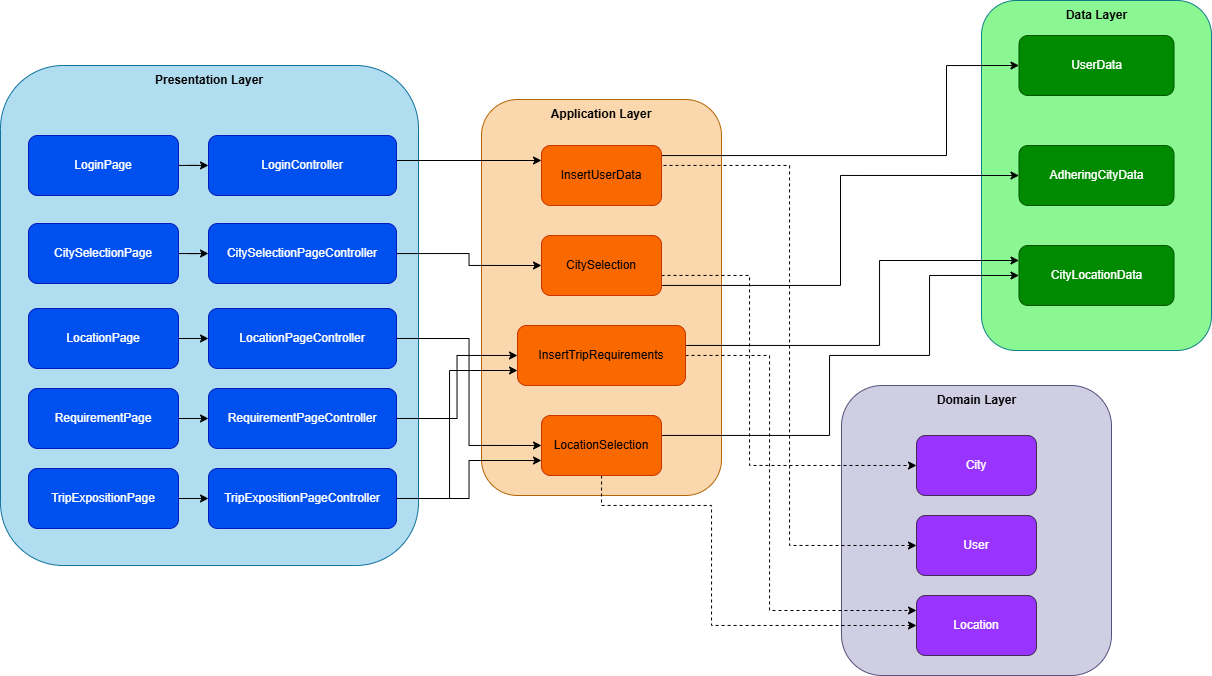
Earlier version of the draw.io export doc/iterazione_1/Riverpod_architechture.png (Gabriele-Mazzoleni/SmarTrip). Source tidied: cells renumbered, new cells last; positions are measured from the earlier drawing's top-left corner, leaving out a move shared by most shapes.
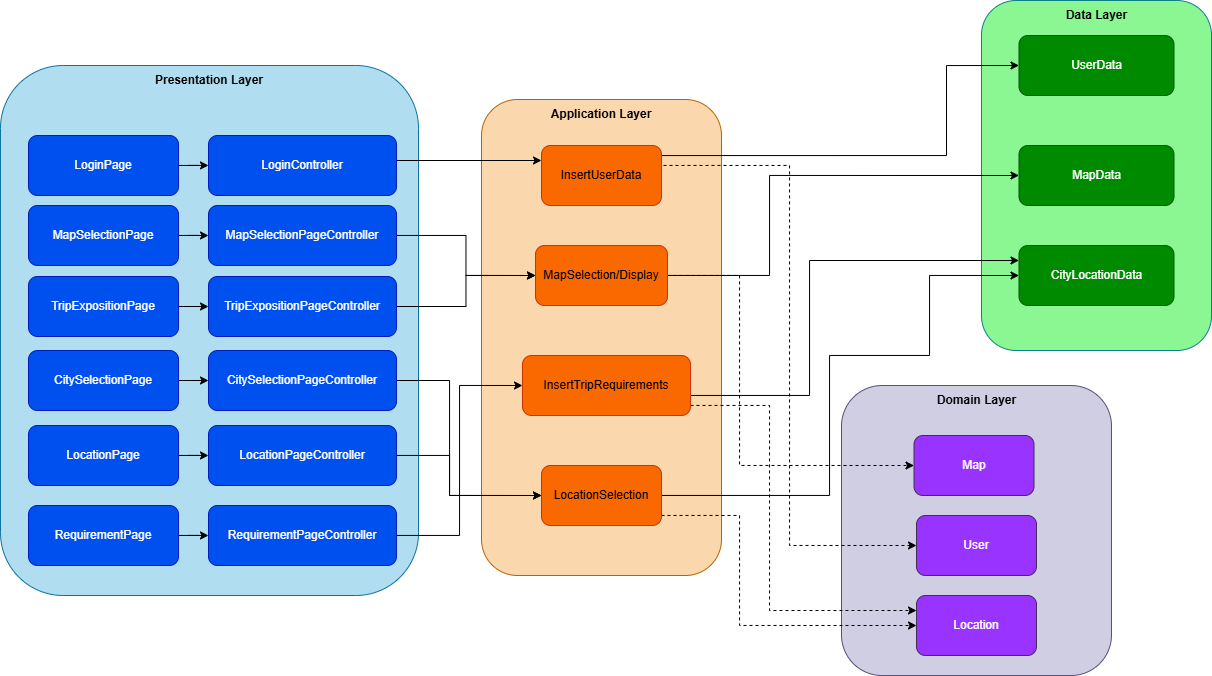
The same diagram one commit later.

Diff of the diagram source:
```diff
@@ -3,13 +3,13 @@
     <mxCell id="0" />
     <mxCell id="1" parent="0" />
     <mxCell id="2" style="rounded=1;whiteSpace=wrap;html=1;fillColor=#b1ddf0;strokeColor=#10739e;fillStyle=auto;" parent="1" vertex="1">
-      <mxGeometry y="65" width="418" height="500" as="geometry" />
+      <mxGeometry y="65" width="418" height="530" as="geometry" />
     </mxCell>
     <mxCell id="3" value="&lt;b&gt;Presentation Layer&lt;/b&gt;" style="text;html=1;align=center;verticalAlign=middle;whiteSpace=wrap;rounded=0;" parent="1" vertex="1">
       <mxGeometry x="149" y="65" width="120" height="30" as="geometry" />
     </mxCell>
     <mxCell id="4" style="rounded=1;whiteSpace=wrap;html=1;fillColor=#fad7ac;strokeColor=#b46504;" parent="1" vertex="1">
-      <mxGeometry x="481" y="99" width="240" height="396" as="geometry" />
+      <mxGeometry x="481" y="99" width="240" height="476" as="geometry" />
     </mxCell>
     <mxCell id="5" style="rounded=1;whiteSpace=wrap;html=1;fillColor=#d0cee2;strokeColor=#56517e;" parent="1" vertex="1">
       <mxGeometry x="841" y="385" width="270" height="290" as="geometry" />
@@ -29,21 +29,21 @@
     <mxCell id="10" style="edgeStyle=orthogonalEdgeStyle;rounded=0;jettySize=auto;html=1;entryX=0;entryY=0.25;entryDx=0;entryDy=0;" parent="1" edge="1" source="12" target="47">
       <mxGeometry relative="1" as="geometry">
         <Array as="points">
-          <mxPoint x="879" y="345" />
-          <mxPoint x="879" y="260" />
+          <mxPoint x="809" y="395" />
+          <mxPoint x="809" y="260" />
         </Array>
       </mxGeometry>
     </mxCell>
     <mxCell id="11" style="edgeStyle=orthogonalEdgeStyle;rounded=0;jettySize=auto;html=1;entryX=0;entryY=0.25;entryDx=0;entryDy=0;dashed=1;" parent="1" edge="1" source="12" target="24">
       <mxGeometry relative="1" as="geometry">
         <Array as="points">
-          <mxPoint x="769" y="355" />
+          <mxPoint x="769" y="405" />
           <mxPoint x="769" y="610" />
         </Array>
       </mxGeometry>
     </mxCell>
     <mxCell id="12" value="InsertTripRequirements" style="rounded=1;whiteSpace=wrap;html=1;fillColor=#fa6800;fontColor=#000000;strokeColor=#C73500;" parent="1" vertex="1">
-      <mxGeometry x="517" y="325" width="168" height="60" as="geometry" />
+      <mxGeometry x="522" y="355" width="168" height="60" as="geometry" />
     </mxCell>
     <mxCell id="13" style="edgeStyle=orthogonalEdgeStyle;rounded=0;jettySize=auto;html=1;entryX=0;entryY=0.5;entryDx=0;entryDy=0;dashed=1;exitX=1;exitY=0.5;exitDx=0;exitDy=0;" parent="1" edge="1" source="15" target="23">
       <mxGeometry relative="1" as="geometry">
@@ -66,37 +66,37 @@
     <mxCell id="15" value="InsertUserData" style="rounded=1;whiteSpace=wrap;html=1;fillColor=#fa6800;fontColor=#000000;strokeColor=#C73500;" parent="1" vertex="1">
       <mxGeometry x="541" y="145" width="120" height="60" as="geometry" />
     </mxCell>
-    <mxCell id="16" style="edgeStyle=orthogonalEdgeStyle;rounded=0;jettySize=auto;html=1;entryX=0;entryY=0.5;entryDx=0;entryDy=0;dashed=1;" parent="1" edge="1" source="18" target="22">
-      <mxGeometry relative="1" as="geometry">
-        <Array as="points">
-          <mxPoint x="749" y="275" />
-          <mxPoint x="749" y="465" />
-        </Array>
-      </mxGeometry>
-    </mxCell>
     <mxCell id="17" style="edgeStyle=orthogonalEdgeStyle;rounded=0;jettySize=auto;html=1;entryX=0;entryY=0.5;entryDx=0;entryDy=0;" parent="1" edge="1" source="18" target="46">
       <mxGeometry relative="1" as="geometry">
         <Array as="points">
-          <mxPoint x="840" y="285" />
-          <mxPoint x="840" y="175" />
+          <mxPoint x="769" y="275" />
+          <mxPoint x="769" y="175" />
         </Array>
       </mxGeometry>
     </mxCell>
+    <mxCell id="49" style="edgeStyle=orthogonalEdgeStyle;rounded=0;jettySize=auto;html=1;entryX=0;entryY=0.5;entryDx=0;entryDy=0;dashed=1;" parent="1" edge="1" source="18" target="52">
+      <mxGeometry relative="1" as="geometry">
+        <Array as="points">
+          <mxPoint x="739" y="275" />
+          <mxPoint x="739" y="465" />
+        </Array>
+      </mxGeometry>
+    </mxCell>
-    <mxCell id="18" value="CitySelection" style="rounded=1;whiteSpace=wrap;html=1;fillColor=#fa6800;fontColor=#000000;strokeColor=#C73500;" parent="1" vertex="1">
-      <mxGeometry x="541" y="235" width="120" height="60" as="geometry" />
+    <mxCell id="18" value="MapSelection/Display" style="rounded=1;whiteSpace=wrap;html=1;fillColor=#fa6800;fontColor=#000000;strokeColor=#C73500;" parent="1" vertex="1">
+      <mxGeometry x="535" y="245" width="132" height="60" as="geometry" />
     </mxCell>
     <mxCell id="19" style="edgeStyle=orthogonalEdgeStyle;rounded=0;jettySize=auto;html=1;entryX=0;entryY=0.5;entryDx=0;entryDy=0;dashed=1;" parent="1" edge="1" source="21" target="24">
       <mxGeometry relative="1" as="geometry">
         <Array as="points">
-          <mxPoint x="711" y="505" />
-          <mxPoint x="711" y="625" />
+          <mxPoint x="739" y="515" />
+          <mxPoint x="739" y="625" />
         </Array>
       </mxGeometry>
     </mxCell>
     <mxCell id="20" style="edgeStyle=orthogonalEdgeStyle;rounded=0;jettySize=auto;html=1;entryX=0;entryY=0.5;entryDx=0;entryDy=0;" parent="1" edge="1" source="21" target="47">
       <mxGeometry relative="1" as="geometry">
         <Array as="points">
-          <mxPoint x="829" y="435" />
+          <mxPoint x="829" y="495" />
           <mxPoint x="829" y="355" />
           <mxPoint x="929" y="355" />
           <mxPoint x="929" y="275" />
@@ -104,11 +104,8 @@
       </mxGeometry>
     </mxCell>
     <mxCell id="21" value="LocationSelection" style="rounded=1;whiteSpace=wrap;html=1;fillColor=#fa6800;fontColor=#000000;strokeColor=#C73500;" parent="1" vertex="1">
-      <mxGeometry x="541" y="415" width="120" height="60" as="geometry" />
+      <mxGeometry x="541" y="465" width="120" height="60" as="geometry" />
     </mxCell>
-    <mxCell id="22" value="City" style="rounded=1;whiteSpace=wrap;html=1;fillColor=#9933FF;fontColor=#ffffff;strokeColor=#432D57;" parent="1" vertex="1">
-      <mxGeometry x="916" y="435" width="120" height="60" as="geometry" />
-    </mxCell>
     <mxCell id="23" value="User" style="rounded=1;whiteSpace=wrap;html=1;fillColor=#9933FF;fontColor=#ffffff;strokeColor=#432D57;" parent="1" vertex="1">
       <mxGeometry x="916" y="515" width="120" height="60" as="geometry" />
     </mxCell>
@@ -125,25 +122,25 @@
       <mxGeometry relative="1" as="geometry" />
     </mxCell>
     <mxCell id="28" value="CitySelectionPage" style="rounded=1;whiteSpace=wrap;html=1;fillColor=#0050ef;fontColor=#ffffff;strokeColor=#001DBC;" parent="1" vertex="1">
-      <mxGeometry x="28" y="223" width="150" height="60" as="geometry" />
+      <mxGeometry x="28" y="350" width="150" height="60" as="geometry" />
     </mxCell>
     <mxCell id="29" style="edgeStyle=orthogonalEdgeStyle;rounded=0;jettySize=auto;html=1;entryX=0;entryY=0.5;entryDx=0;entryDy=0;" parent="1" edge="1" source="30" target="42">
       <mxGeometry relative="1" as="geometry" />
     </mxCell>
     <mxCell id="30" value="RequirementPage" style="rounded=1;whiteSpace=wrap;html=1;fillColor=#0050ef;fontColor=#ffffff;strokeColor=#001DBC;" parent="1" vertex="1">
-      <mxGeometry x="28" y="388" width="150" height="60" as="geometry" />
+      <mxGeometry x="28" y="505" width="150" height="60" as="geometry" />
     </mxCell>
     <mxCell id="31" style="edgeStyle=orthogonalEdgeStyle;rounded=0;jettySize=auto;html=1;entryX=0;entryY=0.5;entryDx=0;entryDy=0;" parent="1" edge="1" source="32" target="40">
       <mxGeometry relative="1" as="geometry" />
     </mxCell>
     <mxCell id="32" value="LocationPage" style="rounded=1;whiteSpace=wrap;html=1;fillColor=#0050ef;fontColor=#ffffff;strokeColor=#001DBC;" parent="1" vertex="1">
-      <mxGeometry x="28" y="308" width="150" height="60" as="geometry" />
+      <mxGeometry x="28" y="425" width="150" height="60" as="geometry" />
     </mxCell>
     <mxCell id="33" style="edgeStyle=orthogonalEdgeStyle;rounded=0;jettySize=auto;html=1;" parent="1" edge="1" source="34" target="45">
       <mxGeometry relative="1" as="geometry" />
     </mxCell>
     <mxCell id="34" value="TripExpositionPage" style="rounded=1;whiteSpace=wrap;html=1;fillColor=#0050ef;fontColor=#ffffff;strokeColor=#001DBC;" parent="1" vertex="1">
-      <mxGeometry x="28" y="468" width="150" height="60" as="geometry" />
+      <mxGeometry x="28" y="276" width="150" height="60" as="geometry" />
     </mxCell>
     <mxCell id="35" style="edgeStyle=orthogonalEdgeStyle;rounded=0;jettySize=auto;html=1;exitX=1;exitY=0.25;exitDx=0;exitDy=0;entryX=0;entryY=0.25;entryDx=0;entryDy=0;" parent="1" edge="1" source="36" target="15">
       <mxGeometry relative="1" as="geometry">
@@ -155,39 +152,41 @@
     <mxCell id="36" value="LoginController" style="rounded=1;whiteSpace=wrap;html=1;fillColor=#0050ef;fontColor=#ffffff;strokeColor=#001DBC;" parent="1" vertex="1">
       <mxGeometry x="208" y="135" width="188" height="60" as="geometry" />
     </mxCell>
-    <mxCell id="37" style="edgeStyle=orthogonalEdgeStyle;rounded=0;jettySize=auto;html=1;entryX=0;entryY=0.5;entryDx=0;entryDy=0;" parent="1" edge="1" source="38" target="18">
-      <mxGeometry relative="1" as="geometry" />
-    </mxCell>
+    <mxCell id="50" style="edgeStyle=orthogonalEdgeStyle;rounded=0;jettySize=auto;html=1;entryX=0;entryY=0.5;entryDx=0;entryDy=0;" parent="1" edge="1" source="38" target="21">
+      <mxGeometry relative="1" as="geometry">
+        <Array as="points">
+          <mxPoint x="449" y="380" />
+          <mxPoint x="449" y="495" />
+        </Array>
+      </mxGeometry>
+    </mxCell>
     <mxCell id="38" value="CitySelectionPageController" style="rounded=1;whiteSpace=wrap;html=1;fillColor=#0050ef;fontColor=#ffffff;strokeColor=#001DBC;" parent="1" vertex="1">
-      <mxGeometry x="208" y="223" width="188" height="60" as="geometry" />
+      <mxGeometry x="208" y="350" width="188" height="60" as="geometry" />
     </mxCell>
     <mxCell id="39" style="edgeStyle=orthogonalEdgeStyle;rounded=0;jettySize=auto;html=1;entryX=0;entryY=0.5;entryDx=0;entryDy=0;" parent="1" edge="1" source="40" target="21">
-      <mxGeometry relative="1" as="geometry" />
+      <mxGeometry relative="1" as="geometry">
+        <Array as="points">
+          <mxPoint x="449" y="455" />
+          <mxPoint x="449" y="495" />
+        </Array>
+      </mxGeometry>
     </mxCell>
     <mxCell id="40" value="LocationPageController" style="rounded=1;whiteSpace=wrap;html=1;fillColor=#0050ef;fontColor=#ffffff;strokeColor=#001DBC;" parent="1" vertex="1">
-      <mxGeometry x="208" y="308" width="188" height="60" as="geometry" />
+      <mxGeometry x="208" y="425" width="188" height="60" as="geometry" />
     </mxCell>
     <mxCell id="41" style="edgeStyle=orthogonalEdgeStyle;rounded=0;jettySize=auto;html=1;entryX=0;entryY=0.5;entryDx=0;entryDy=0;" parent="1" edge="1" source="42" target="12">
       <mxGeometry relative="1" as="geometry" />
     </mxCell>
     <mxCell id="42" value="RequirementPageController" style="rounded=1;whiteSpace=wrap;html=1;fillColor=#0050ef;fontColor=#ffffff;strokeColor=#001DBC;" parent="1" vertex="1">
-      <mxGeometry x="208" y="388" width="188" height="60" as="geometry" />
+      <mxGeometry x="208" y="505" width="188" height="60" as="geometry" />
     </mxCell>
-    <mxCell id="43" style="edgeStyle=orthogonalEdgeStyle;rounded=0;jettySize=auto;html=1;entryX=0;entryY=0.75;entryDx=0;entryDy=0;" parent="1" edge="1" source="45" target="12">
-      <mxGeometry relative="1" as="geometry">
-        <Array as="points">
-          <mxPoint x="449" y="498" />
-          <mxPoint x="449" y="370" />
-        </Array>
-      </mxGeometry>
-    </mxCell>
-    <mxCell id="44" style="edgeStyle=orthogonalEdgeStyle;rounded=0;jettySize=auto;html=1;entryX=0;entryY=0.75;entryDx=0;entryDy=0;" parent="1" edge="1" source="45" target="21">
-      <mxGeometry relative="1" as="geometry" />
-    </mxCell>
+    <mxCell id="51" style="edgeStyle=orthogonalEdgeStyle;rounded=0;jettySize=auto;html=1;entryX=0;entryY=0.5;entryDx=0;entryDy=0;" parent="1" edge="1" source="45" target="18">
+      <mxGeometry relative="1" as="geometry" />
+    </mxCell>
     <mxCell id="45" value="TripExpositionPageController" style="rounded=1;whiteSpace=wrap;html=1;fillColor=#0050ef;fontColor=#ffffff;strokeColor=#001DBC;" parent="1" vertex="1">
-      <mxGeometry x="208" y="468" width="188" height="60" as="geometry" />
+      <mxGeometry x="208" y="276" width="188" height="60" as="geometry" />
     </mxCell>
-    <mxCell id="46" value="AdheringCityData" style="rounded=1;whiteSpace=wrap;html=1;fillColor=#008a00;fontColor=#ffffff;strokeColor=#005700;" parent="1" vertex="1">
+    <mxCell id="46" value="MapData" style="rounded=1;whiteSpace=wrap;html=1;fillColor=#008a00;fontColor=#ffffff;strokeColor=#005700;" parent="1" vertex="1">
       <mxGeometry x="1018.5" y="145" width="155" height="60" as="geometry" />
     </mxCell>
     <mxCell id="47" value="CityLocationData" style="rounded=1;whiteSpace=wrap;html=1;fillColor=#008a00;fontColor=#ffffff;strokeColor=#005700;" parent="1" vertex="1">
@@ -196,5 +195,20 @@
     <mxCell id="48" value="UserData" style="rounded=1;whiteSpace=wrap;html=1;fillColor=#008a00;fontColor=#ffffff;strokeColor=#005700;" parent="1" vertex="1">
       <mxGeometry x="1018.5" y="35" width="155" height="60" as="geometry" />
     </mxCell>
+    <mxCell id="52" value="Map" style="rounded=1;whiteSpace=wrap;html=1;fillColor=#9933FF;fontColor=#ffffff;strokeColor=#432D57;" parent="1" vertex="1">
+      <mxGeometry x="913.5" y="435" width="120" height="60" as="geometry" />
+    </mxCell>
+    <mxCell id="53" style="edgeStyle=orthogonalEdgeStyle;rounded=0;jettySize=auto;html=1;entryX=0;entryY=0.5;entryDx=0;entryDy=0;" parent="1" edge="1" source="54" target="56">
+      <mxGeometry relative="1" as="geometry" />
+    </mxCell>
+    <mxCell id="54" value="MapSelectionPage" style="rounded=1;whiteSpace=wrap;html=1;fillColor=#0050ef;fontColor=#ffffff;strokeColor=#001DBC;" parent="1" vertex="1">
+      <mxGeometry x="28" y="205" width="150" height="60" as="geometry" />
+    </mxCell>
+    <mxCell id="55" style="edgeStyle=orthogonalEdgeStyle;rounded=0;jettySize=auto;html=1;entryX=0;entryY=0.5;entryDx=0;entryDy=0;" parent="1" edge="1" source="56" target="18">
+      <mxGeometry relative="1" as="geometry" />
+    </mxCell>
+    <mxCell id="56" value="MapSelectionPageController" style="rounded=1;whiteSpace=wrap;html=1;fillColor=#0050ef;fontColor=#ffffff;strokeColor=#001DBC;" parent="1" vertex="1">
+      <mxGeometry x="208" y="205" width="188" height="60" as="geometry" />
+    </mxCell>
   </root>
 </mxGraphModel>
```
